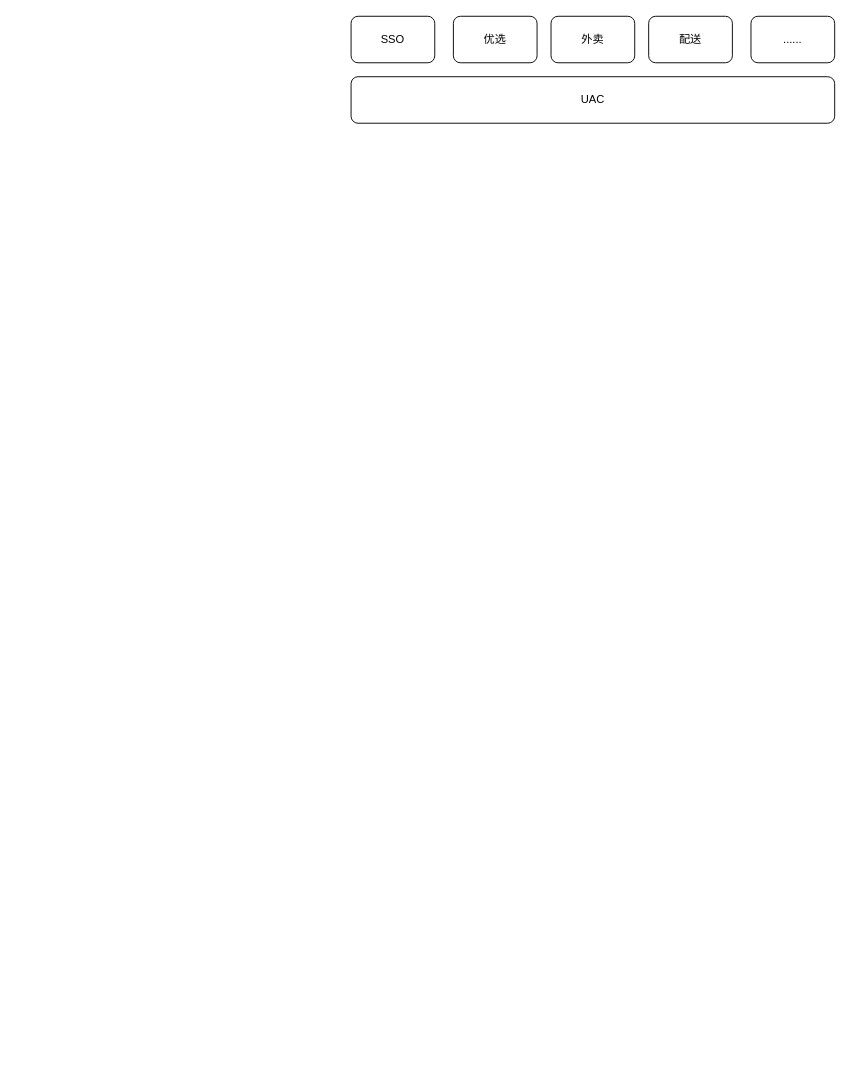
The draw.io diagram 一二级权限融合.drawio in yamilinqh/spicedb, before the edit. Source tidied: cells renumbered, new cells numbered last; positions are measured from the earlier drawing's top-left corner, leaving out a move shared by most shapes. Both pictures are drawn from the tidied source at 93%, with x=0, y=0 at pixel (351, 16).
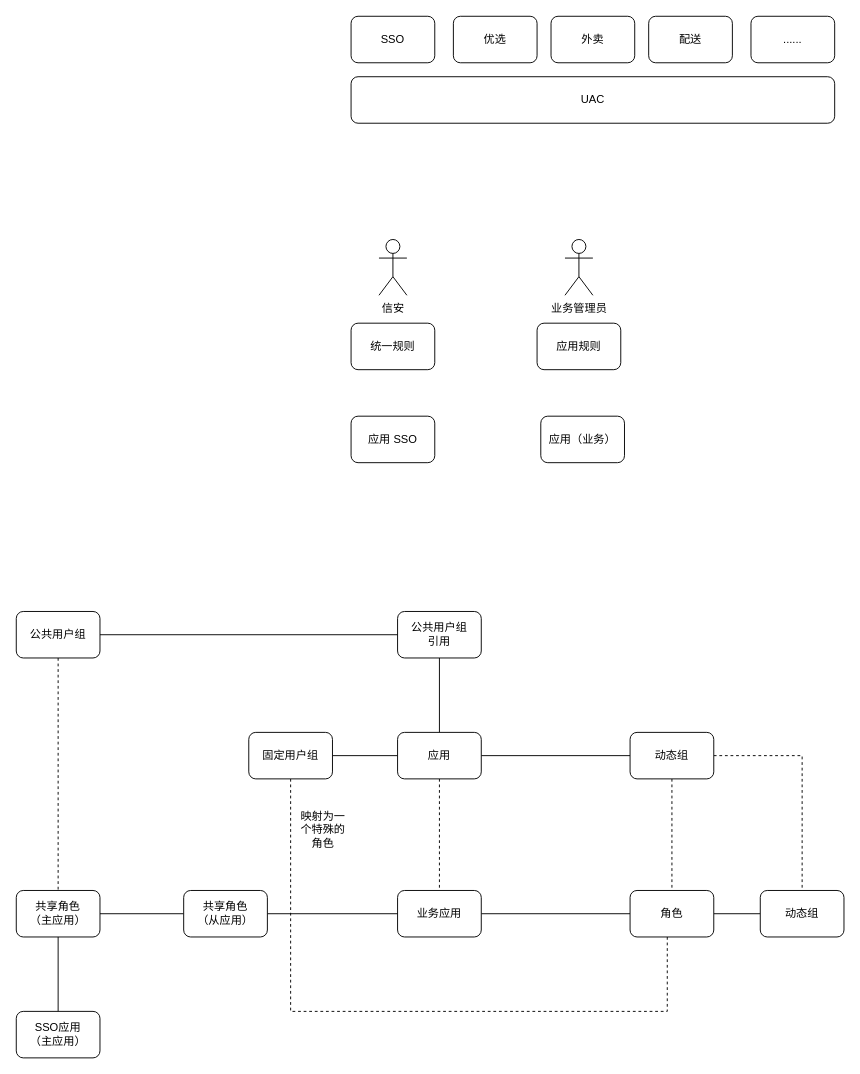
The same diagram, later.

Commit message:
Update 一二级权限融合.drawio

Diff of the diagram source:
```diff
@@
+    <mxCell id="8" value="信安" style="shape=umlActor;verticalLabelPosition=bottom;verticalAlign=top;html=1;" parent="1" vertex="1">
+      <mxGeometry x="30" y="240" width="30" height="60" as="geometry" />
+    </mxCell>
+    <mxCell id="9" value="统一规则" style="rounded=1;whiteSpace=wrap;html=1;" parent="1" vertex="1">
+      <mxGeometry y="330" width="90" height="50" as="geometry" />
+    </mxCell>
+    <mxCell id="10" value="应用规则" style="rounded=1;whiteSpace=wrap;html=1;" parent="1" vertex="1">
+      <mxGeometry x="200" y="330" width="90" height="50" as="geometry" />
+    </mxCell>
+    <mxCell id="11" value="业务管理员" style="shape=umlActor;verticalLabelPosition=bottom;verticalAlign=top;html=1;" parent="1" vertex="1">
+      <mxGeometry x="230" y="240" width="30" height="60" as="geometry" />
+    </mxCell>
+    <mxCell id="12" value="应用 SSO" style="rounded=1;whiteSpace=wrap;html=1;" parent="1" vertex="1">
+      <mxGeometry y="430" width="90" height="50" as="geometry" />
+    </mxCell>
+    <mxCell id="13" value="应用（业务）" style="rounded=1;whiteSpace=wrap;html=1;" parent="1" vertex="1">
+      <mxGeometry x="204" y="430" width="90" height="50" as="geometry" />
+    </mxCell>
+    <mxCell id="14" style="edgeStyle=orthogonalEdgeStyle;rounded=0;jettySize=auto;html=1;endArrow=none;endFill=0;" parent="1" edge="1" source="18" target="21">
+      <mxGeometry relative="1" as="geometry" />
+    </mxCell>
+    <mxCell id="15" style="edgeStyle=orthogonalEdgeStyle;shape=connector;rounded=0;jettySize=auto;html=1;labelBackgroundColor=default;strokeColor=default;align=center;verticalAlign=middle;fontFamily=Helvetica;fontSize=12;fontColor=default;endArrow=none;endFill=0;" parent="1" edge="1" source="18" target="23">
+      <mxGeometry relative="1" as="geometry" />
+    </mxCell>
+    <mxCell id="16" style="edgeStyle=orthogonalEdgeStyle;shape=connector;rounded=0;jettySize=auto;html=1;labelBackgroundColor=default;strokeColor=default;align=center;verticalAlign=middle;fontFamily=Helvetica;fontSize=12;fontColor=default;endArrow=none;endFill=0;" parent="1" edge="1" source="18" target="24">
+      <mxGeometry relative="1" as="geometry" />
+    </mxCell>
+    <mxCell id="17" style="edgeStyle=orthogonalEdgeStyle;shape=connector;rounded=0;jettySize=auto;html=1;labelBackgroundColor=default;strokeColor=default;align=center;verticalAlign=middle;fontFamily=Helvetica;fontSize=12;fontColor=default;endArrow=none;endFill=0;dashed=1;" parent="1" edge="1" source="18" target="26">
+      <mxGeometry relative="1" as="geometry" />
+    </mxCell>
+    <mxCell id="18" value="应用" style="rounded=1;whiteSpace=wrap;html=1;" parent="1" vertex="1">
+      <mxGeometry x="50" y="770" width="90" height="50" as="geometry" />
+    </mxCell>
+    <mxCell id="19" style="edgeStyle=orthogonalEdgeStyle;shape=connector;rounded=0;jettySize=auto;html=1;labelBackgroundColor=default;strokeColor=default;align=center;verticalAlign=middle;fontFamily=Helvetica;fontSize=12;fontColor=default;endArrow=none;endFill=0;dashed=1;" parent="1" edge="1" source="21" target="28">
+      <mxGeometry relative="1" as="geometry" />
+    </mxCell>
+    <mxCell id="20" style="edgeStyle=orthogonalEdgeStyle;shape=connector;rounded=0;jettySize=auto;html=1;dashed=1;labelBackgroundColor=default;strokeColor=default;align=center;verticalAlign=middle;fontFamily=Helvetica;fontSize=12;fontColor=default;endArrow=none;endFill=0;" parent="1" edge="1" source="21" target="29">
+      <mxGeometry relative="1" as="geometry">
+        <Array as="points">
+          <mxPoint x="485" y="795" />
+        </Array>
+      </mxGeometry>
+    </mxCell>
+    <mxCell id="21" value="动态组" style="rounded=1;whiteSpace=wrap;html=1;" parent="1" vertex="1">
+      <mxGeometry x="300" y="770" width="90" height="50" as="geometry" />
+    </mxCell>
+    <mxCell id="22" style="edgeStyle=orthogonalEdgeStyle;shape=connector;rounded=0;jettySize=auto;html=1;dashed=1;labelBackgroundColor=default;strokeColor=default;align=center;verticalAlign=middle;fontFamily=Helvetica;fontSize=12;fontColor=default;endArrow=none;endFill=0;" parent="1" edge="1" source="23" target="28">
+      <mxGeometry relative="1" as="geometry">
+        <Array as="points">
+          <mxPoint x="-65" y="1070" />
+          <mxPoint x="340" y="1070" />
+        </Array>
+      </mxGeometry>
+    </mxCell>
+    <mxCell id="23" value="固定用户组" style="rounded=1;whiteSpace=wrap;html=1;" parent="1" vertex="1">
+      <mxGeometry x="-110" y="770" width="90" height="50" as="geometry" />
+    </mxCell>
+    <mxCell id="24" value="公共用户组&lt;br&gt;引用" style="rounded=1;whiteSpace=wrap;html=1;" parent="1" vertex="1">
+      <mxGeometry x="50" y="640" width="90" height="50" as="geometry" />
+    </mxCell>
+    <mxCell id="25" style="edgeStyle=orthogonalEdgeStyle;shape=connector;rounded=0;jettySize=auto;html=1;labelBackgroundColor=default;strokeColor=default;align=center;verticalAlign=middle;fontFamily=Helvetica;fontSize=12;fontColor=default;endArrow=none;endFill=0;" parent="1" edge="1" source="26" target="28">
+      <mxGeometry relative="1" as="geometry" />
+    </mxCell>
+    <mxCell id="26" value="业务应用" style="rounded=1;whiteSpace=wrap;html=1;" parent="1" vertex="1">
+      <mxGeometry x="50" y="940" width="90" height="50" as="geometry" />
+    </mxCell>
+    <mxCell id="27" style="edgeStyle=orthogonalEdgeStyle;shape=connector;rounded=0;jettySize=auto;html=1;labelBackgroundColor=default;strokeColor=default;align=center;verticalAlign=middle;fontFamily=Helvetica;fontSize=12;fontColor=default;endArrow=none;endFill=0;" parent="1" edge="1" source="28" target="29">
+      <mxGeometry relative="1" as="geometry" />
+    </mxCell>
+    <mxCell id="28" value="角色" style="rounded=1;whiteSpace=wrap;html=1;" parent="1" vertex="1">
+      <mxGeometry x="300" y="940" width="90" height="50" as="geometry" />
+    </mxCell>
+    <mxCell id="29" value="动态组" style="rounded=1;whiteSpace=wrap;html=1;" parent="1" vertex="1">
+      <mxGeometry x="440" y="940" width="90" height="50" as="geometry" />
+    </mxCell>
+    <mxCell id="30" value="映射为一个特殊的角色" style="text;html=1;strokeColor=none;fillColor=none;align=center;verticalAlign=middle;whiteSpace=wrap;rounded=0;fontSize=12;fontFamily=Helvetica;fontColor=default;" parent="1" vertex="1">
+      <mxGeometry x="-60" y="860" width="60" height="30" as="geometry" />
+    </mxCell>
+    <mxCell id="31" style="edgeStyle=orthogonalEdgeStyle;shape=connector;rounded=0;jettySize=auto;html=1;labelBackgroundColor=default;strokeColor=default;align=center;verticalAlign=middle;fontFamily=Helvetica;fontSize=12;fontColor=default;endArrow=none;endFill=0;" parent="1" edge="1" source="32" target="39">
+      <mxGeometry relative="1" as="geometry" />
+    </mxCell>
+    <mxCell id="32" value="共享角色&lt;br&gt;（主应用）" style="rounded=1;whiteSpace=wrap;html=1;" parent="1" vertex="1">
+      <mxGeometry x="-360" y="940" width="90" height="50" as="geometry" />
+    </mxCell>
+    <mxCell id="33" style="edgeStyle=orthogonalEdgeStyle;shape=connector;rounded=0;jettySize=auto;html=1;labelBackgroundColor=default;strokeColor=default;align=center;verticalAlign=middle;fontFamily=Helvetica;fontSize=12;fontColor=default;endArrow=none;endFill=0;" parent="1" edge="1" source="34" target="32">
+      <mxGeometry relative="1" as="geometry" />
+    </mxCell>
+    <mxCell id="34" value="SSO应用&lt;br&gt;（主应用）" style="rounded=1;whiteSpace=wrap;html=1;" parent="1" vertex="1">
+      <mxGeometry x="-360" y="1070" width="90" height="50" as="geometry" />
+    </mxCell>
+    <mxCell id="35" style="edgeStyle=orthogonalEdgeStyle;shape=connector;rounded=0;jettySize=auto;html=1;labelBackgroundColor=default;strokeColor=default;align=center;verticalAlign=middle;fontFamily=Helvetica;fontSize=12;fontColor=default;endArrow=none;endFill=0;" parent="1" edge="1" source="37" target="24">
+      <mxGeometry relative="1" as="geometry" />
+    </mxCell>
+    <mxCell id="36" style="edgeStyle=orthogonalEdgeStyle;shape=connector;rounded=0;jettySize=auto;html=1;dashed=1;labelBackgroundColor=default;strokeColor=default;align=center;verticalAlign=middle;fontFamily=Helvetica;fontSize=12;fontColor=default;endArrow=none;endFill=0;" parent="1" edge="1" source="37" target="32">
+      <mxGeometry relative="1" as="geometry" />
+    </mxCell>
+    <mxCell id="37" value="公共用户组" style="rounded=1;whiteSpace=wrap;html=1;" parent="1" vertex="1">
+      <mxGeometry x="-360" y="640" width="90" height="50" as="geometry" />
+    </mxCell>
+    <mxCell id="38" style="edgeStyle=orthogonalEdgeStyle;shape=connector;rounded=0;jettySize=auto;html=1;labelBackgroundColor=default;strokeColor=default;align=center;verticalAlign=middle;fontFamily=Helvetica;fontSize=12;fontColor=default;endArrow=none;endFill=0;" parent="1" edge="1" source="39" target="26">
+      <mxGeometry relative="1" as="geometry" />
+    </mxCell>
+    <mxCell id="39" value="共享角色&lt;br&gt;（从应用）" style="rounded=1;whiteSpace=wrap;html=1;" parent="1" vertex="1">
+      <mxGeometry x="-180" y="940" width="90" height="50" as="geometry" />
+    </mxCell>
```
